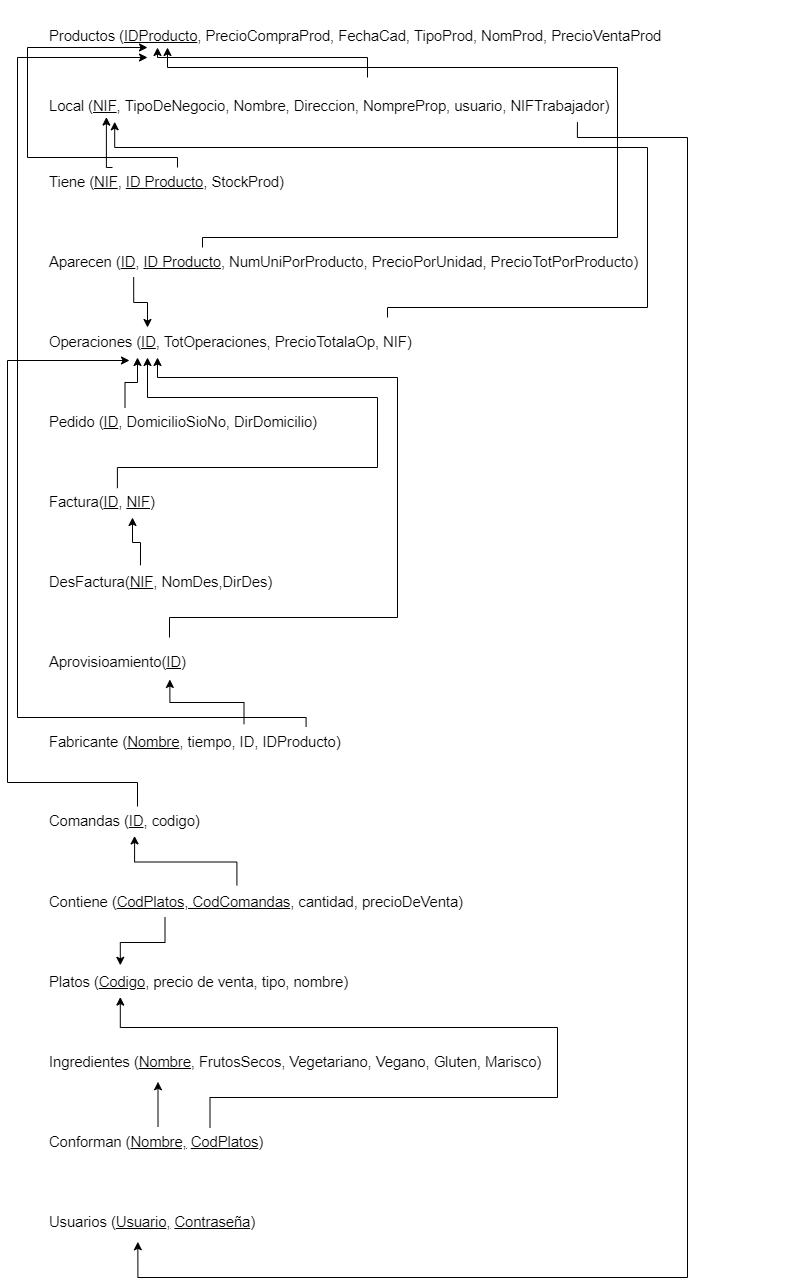
The draw.io diagram tablas.png in oier-elorrieta/R3-ASIER-JONM-JONV-DDBB, before a commit. Source tidied: cells renumbered, new cells last; positions are measured from the earlier drawing's top-left corner, leaving out a move shared by most shapes.
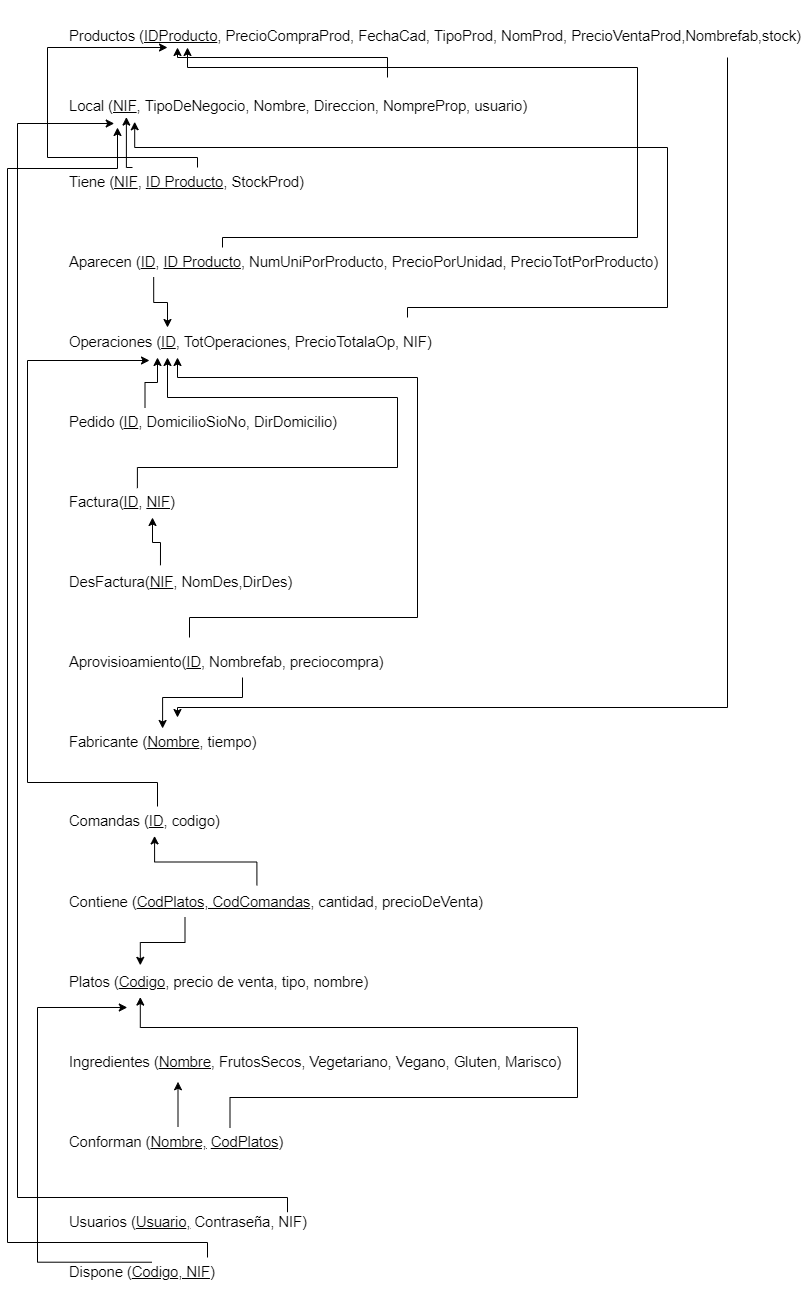
The same diagram one commit later.

Change to the diagram source:
```diff
@@ -2,7 +2,7 @@
   <root>
     <mxCell id="0" />
     <mxCell id="1" parent="0" />
-    <mxCell id="2" value="&lt;br&gt;&lt;br&gt;&lt;b style=&quot;font-weight: normal&quot; id=&quot;docs-internal-guid-017cbb69-7fff-7bab-693c-2f4cc34a4551&quot;&gt;&lt;span style=&quot;font-size: 11pt ; font-family: &amp;quot;arial&amp;quot; ; color: rgb(0 , 0 , 0) ; background-color: transparent ; font-weight: 400 ; font-style: normal ; font-variant: normal ; text-decoration: none ; vertical-align: baseline&quot;&gt;Productos (&lt;/span&gt;&lt;span style=&quot;font-size: 11pt ; font-family: &amp;quot;arial&amp;quot; ; color: rgb(0 , 0 , 0) ; background-color: transparent ; font-weight: 400 ; font-style: normal ; font-variant: normal ; text-decoration: underline ; vertical-align: baseline&quot;&gt;IDProducto&lt;/span&gt;&lt;span style=&quot;font-size: 11pt ; font-family: &amp;quot;arial&amp;quot; ; color: rgb(0 , 0 , 0) ; background-color: transparent ; font-weight: 400 ; font-style: normal ; font-variant: normal ; text-decoration: none ; vertical-align: baseline&quot;&gt;, PrecioCompraProd, FechaCad, TipoProd, NomProd, PrecioVentaProd&amp;nbsp;&lt;/span&gt;&lt;/b&gt;" style="text;html=1;strokeColor=none;fillColor=none;align=left;verticalAlign=middle;whiteSpace=wrap;rounded=0;" parent="1" vertex="1">
+    <mxCell id="2" value="&lt;br&gt;&lt;br&gt;&lt;b style=&quot;font-weight: normal&quot; id=&quot;docs-internal-guid-017cbb69-7fff-7bab-693c-2f4cc34a4551&quot;&gt;&lt;span style=&quot;font-size: 11pt ; font-family: &amp;#34;arial&amp;#34; ; color: rgb(0 , 0 , 0) ; background-color: transparent ; font-weight: 400 ; font-style: normal ; font-variant: normal ; text-decoration: none ; vertical-align: baseline&quot;&gt;Productos (&lt;/span&gt;&lt;span style=&quot;font-size: 11pt ; font-family: &amp;#34;arial&amp;#34; ; color: rgb(0 , 0 , 0) ; background-color: transparent ; font-weight: 400 ; font-style: normal ; font-variant: normal ; text-decoration: underline ; vertical-align: baseline&quot;&gt;IDProducto&lt;/span&gt;&lt;span style=&quot;font-size: 11pt ; font-family: &amp;#34;arial&amp;#34; ; color: rgb(0 , 0 , 0) ; background-color: transparent ; font-weight: 400 ; font-style: normal ; font-variant: normal ; text-decoration: none ; vertical-align: baseline&quot;&gt;, PrecioCompraProd, FechaCad, TipoProd, NomProd, PrecioVentaProd,Nombrefab,stock)&amp;nbsp;&lt;/span&gt;&lt;/b&gt;" style="text;html=1;strokeColor=none;fillColor=none;align=left;verticalAlign=middle;whiteSpace=wrap;rounded=0;" parent="1" vertex="1">
       <mxGeometry x="40" width="740" height="30" as="geometry" />
     </mxCell>
     <mxCell id="3" style="edgeStyle=orthogonalEdgeStyle;rounded=0;jettySize=auto;html=1;exitX=0.25;exitY=0;exitDx=0;exitDy=0;entryX=0.092;entryY=0.99;entryDx=0;entryDy=0;entryPerimeter=0;" parent="1" edge="1" source="6" target="36">
@@ -99,23 +99,18 @@
         </Array>
       </mxGeometry>
     </mxCell>
-    <mxCell id="19" value="&lt;b style=&quot;font-weight: normal&quot; id=&quot;docs-internal-guid-cd1f592c-7fff-bfaa-3653-a19afbb836e4&quot;&gt;&lt;span style=&quot;font-size: 11pt ; font-family: &amp;#34;arial&amp;#34; ; color: rgb(0 , 0 , 0) ; background-color: transparent ; font-weight: 400 ; font-style: normal ; font-variant: normal ; text-decoration: none ; vertical-align: baseline&quot;&gt;Aprovisioamiento(&lt;/span&gt;&lt;span style=&quot;font-size: 11pt ; font-family: &amp;#34;arial&amp;#34; ; color: rgb(0 , 0 , 0) ; background-color: transparent ; font-weight: 400 ; font-style: normal ; font-variant: normal ; vertical-align: baseline&quot;&gt;&lt;u&gt;ID&lt;/u&gt;&lt;/span&gt;&lt;span style=&quot;font-size: 11pt ; font-family: &amp;#34;arial&amp;#34; ; color: rgb(0 , 0 , 0) ; background-color: transparent ; font-weight: 400 ; font-style: normal ; font-variant: normal ; text-decoration: none ; vertical-align: baseline&quot;&gt;)&lt;/span&gt;&lt;/b&gt;" style="text;whiteSpace=wrap;html=1;" parent="1" vertex="1">
-      <mxGeometry x="40" y="640" width="280" height="30" as="geometry" />
+    <mxCell id="19" value="&lt;b style=&quot;font-weight: normal&quot; id=&quot;docs-internal-guid-cd1f592c-7fff-bfaa-3653-a19afbb836e4&quot;&gt;&lt;span style=&quot;font-size: 11pt ; font-family: &amp;#34;arial&amp;#34; ; color: rgb(0 , 0 , 0) ; background-color: transparent ; font-weight: 400 ; font-style: normal ; font-variant: normal ; text-decoration: none ; vertical-align: baseline&quot;&gt;Aprovisioamiento(&lt;/span&gt;&lt;span style=&quot;font-size: 11pt ; font-family: &amp;#34;arial&amp;#34; ; color: rgb(0 , 0 , 0) ; background-color: transparent ; font-weight: 400 ; font-style: normal ; font-variant: normal ; vertical-align: baseline&quot;&gt;&lt;u&gt;ID,&lt;/u&gt; Nombrefab, preciocompra&lt;/span&gt;&lt;span style=&quot;font-size: 11pt ; font-family: &amp;#34;arial&amp;#34; ; color: rgb(0 , 0 , 0) ; background-color: transparent ; font-weight: 400 ; font-style: normal ; font-variant: normal ; text-decoration: none ; vertical-align: baseline&quot;&gt;)&lt;/span&gt;&lt;/b&gt;" style="text;whiteSpace=wrap;html=1;" parent="1" vertex="1">
+      <mxGeometry x="40" y="640" width="350" height="30" as="geometry" />
     </mxCell>
-    <mxCell id="20" style="edgeStyle=orthogonalEdgeStyle;rounded=0;jettySize=auto;html=1;exitX=0.655;exitY=-0.112;exitDx=0;exitDy=0;entryX=0.437;entryY=1.065;entryDx=0;entryDy=0;entryPerimeter=0;exitPerimeter=0;" parent="1" edge="1" source="22" target="19">
-      <mxGeometry relative="1" as="geometry" />
+    <mxCell id="20" style="edgeStyle=orthogonalEdgeStyle;rounded=0;jettySize=auto;html=1;exitX=0.5;exitY=1;exitDx=0;exitDy=0;entryX=0.317;entryY=0.033;entryDx=0;entryDy=0;entryPerimeter=0;" parent="1" edge="1" source="19" target="22">
+      <mxGeometry relative="1" as="geometry">
+        <Array as="points">
+          <mxPoint x="215" y="690" />
+          <mxPoint x="135" y="690" />
+        </Array>
+      </mxGeometry>
     </mxCell>
-    <mxCell id="21" style="edgeStyle=orthogonalEdgeStyle;rounded=0;jettySize=auto;html=1;exitX=0.862;exitY=-0.019;exitDx=0;exitDy=0;exitPerimeter=0;" parent="1" edge="1" source="22">
-      <mxGeometry relative="1" as="geometry">
-        <mxPoint x="140" y="50" as="targetPoint" />
-        <Array as="points">
-          <mxPoint x="299" y="710" />
-          <mxPoint x="10" y="710" />
-          <mxPoint x="10" y="50" />
-        </Array>
-      </mxGeometry>
-    </mxCell>
-    <mxCell id="22" value="&lt;font face=&quot;arial&quot;&gt;&lt;span style=&quot;font-size: 14.6667px&quot;&gt;Fabricante (&lt;u&gt;Nombre&lt;/u&gt;, tiempo, ID, IDProducto)&lt;/span&gt;&lt;/font&gt;" style="text;whiteSpace=wrap;html=1;" parent="1" vertex="1">
+    <mxCell id="22" value="&lt;font face=&quot;arial&quot;&gt;&lt;span style=&quot;font-size: 14.6667px&quot;&gt;Fabricante (&lt;u&gt;Nombre&lt;/u&gt;, tiempo)&lt;/span&gt;&lt;/font&gt;" style="text;whiteSpace=wrap;html=1;" parent="1" vertex="1">
       <mxGeometry x="40" y="720" width="300" height="30" as="geometry" />
     </mxCell>
     <mxCell id="23" value="&lt;b style=&quot;font-weight: normal&quot; id=&quot;docs-internal-guid-cd1f592c-7fff-bfaa-3653-a19afbb836e4&quot;&gt;&lt;span style=&quot;font-size: 11pt ; font-family: &amp;#34;arial&amp;#34; ; color: rgb(0 , 0 , 0) ; background-color: transparent ; font-weight: 400 ; font-style: normal ; font-variant: normal ; text-decoration: none ; vertical-align: baseline&quot;&gt;Platos (&lt;/span&gt;&lt;span style=&quot;font-size: 11pt ; font-family: &amp;#34;arial&amp;#34; ; color: rgb(0 , 0 , 0) ; background-color: transparent ; font-weight: 400 ; font-style: normal ; font-variant: normal ; vertical-align: baseline&quot;&gt;&lt;u&gt;Codigo&lt;/u&gt;&lt;/span&gt;&lt;span style=&quot;font-size: 11pt ; font-family: &amp;#34;arial&amp;#34; ; color: rgb(0 , 0 , 0) ; background-color: transparent ; font-weight: 400 ; font-style: normal ; font-variant: normal ; text-decoration: none ; vertical-align: baseline&quot;&gt;, precio de venta, tipo, nombre)&lt;/span&gt;&lt;/b&gt;" style="text;whiteSpace=wrap;html=1;" parent="1" vertex="1">
@@ -165,21 +160,53 @@
     <mxCell id="33" value="&lt;b style=&quot;font-weight: normal&quot; id=&quot;docs-internal-guid-cd1f592c-7fff-bfaa-3653-a19afbb836e4&quot;&gt;&lt;span style=&quot;font-size: 11pt ; font-family: &amp;#34;arial&amp;#34; ; color: rgb(0 , 0 , 0) ; background-color: transparent ; font-weight: 400 ; font-style: normal ; font-variant: normal ; text-decoration: none ; vertical-align: baseline&quot;&gt;Conforman (&lt;/span&gt;&lt;span style=&quot;font-size: 11pt ; font-family: &amp;#34;arial&amp;#34; ; color: rgb(0 , 0 , 0) ; background-color: transparent ; font-weight: 400 ; font-style: normal ; font-variant: normal ; vertical-align: baseline&quot;&gt;&lt;u&gt;Nombre,&lt;/u&gt;&amp;nbsp;&lt;u&gt;CodPlatos&lt;/u&gt;)&lt;br&gt;&lt;br&gt;&lt;/span&gt;&lt;/b&gt;" style="text;whiteSpace=wrap;html=1;" parent="1" vertex="1">
       <mxGeometry x="40" y="1120" width="650" height="30" as="geometry" />
     </mxCell>
-    <mxCell id="34" value="&lt;b style=&quot;font-weight: normal&quot; id=&quot;docs-internal-guid-cd1f592c-7fff-bfaa-3653-a19afbb836e4&quot;&gt;&lt;span style=&quot;font-size: 11pt ; font-family: &amp;#34;arial&amp;#34; ; color: rgb(0 , 0 , 0) ; background-color: transparent ; font-weight: 400 ; font-style: normal ; font-variant: normal ; text-decoration: none ; vertical-align: baseline&quot;&gt;Usuarios (&lt;/span&gt;&lt;span style=&quot;font-size: 11pt ; font-family: &amp;#34;arial&amp;#34; ; color: rgb(0 , 0 , 0) ; background-color: transparent ; font-weight: 400 ; font-style: normal ; font-variant: normal ; vertical-align: baseline&quot;&gt;&lt;u&gt;Usuario&lt;/u&gt;&lt;/span&gt;&lt;span style=&quot;font-size: 11pt ; font-family: &amp;#34;arial&amp;#34; ; color: rgb(0 , 0 , 0) ; background-color: transparent ; font-weight: 400 ; font-style: normal ; font-variant: normal ; vertical-align: baseline&quot;&gt;&lt;u&gt;,&lt;/u&gt;&amp;nbsp;&lt;u&gt;Contraseña&lt;/u&gt;)&lt;br&gt;&lt;br&gt;&lt;/span&gt;&lt;/b&gt;" style="text;whiteSpace=wrap;html=1;" parent="1" vertex="1">
+    <mxCell id="34" value="&lt;b style=&quot;font-weight: normal&quot; id=&quot;docs-internal-guid-cd1f592c-7fff-bfaa-3653-a19afbb836e4&quot;&gt;&lt;span style=&quot;font-size: 11pt ; font-family: &amp;#34;arial&amp;#34; ; color: rgb(0 , 0 , 0) ; background-color: transparent ; font-weight: 400 ; font-style: normal ; font-variant: normal ; text-decoration: none ; vertical-align: baseline&quot;&gt;Usuarios (&lt;/span&gt;&lt;span style=&quot;font-size: 11pt ; font-family: &amp;#34;arial&amp;#34; ; color: rgb(0 , 0 , 0) ; background-color: transparent ; font-weight: 400 ; font-style: normal ; font-variant: normal ; vertical-align: baseline&quot;&gt;&lt;u&gt;Usuario&lt;/u&gt;&lt;/span&gt;&lt;span style=&quot;font-size: 11pt ; font-family: &amp;#34;arial&amp;#34; ; color: rgb(0 , 0 , 0) ; background-color: transparent ; font-weight: 400 ; font-style: normal ; font-variant: normal ; vertical-align: baseline&quot;&gt;&lt;u&gt;,&lt;/u&gt;&amp;nbsp;Contraseña, NIF)&lt;br&gt;&lt;br&gt;&lt;/span&gt;&lt;/b&gt;" style="text;whiteSpace=wrap;html=1;" parent="1" vertex="1">
       <mxGeometry x="40" y="1200" width="650" height="30" as="geometry" />
     </mxCell>
-    <mxCell id="35" style="edgeStyle=orthogonalEdgeStyle;rounded=0;jettySize=auto;html=1;exitX=0.828;exitY=1.117;exitDx=0;exitDy=0;entryX=0.139;entryY=1.143;entryDx=0;entryDy=0;entryPerimeter=0;exitPerimeter=0;" parent="1" edge="1" source="36" target="34">
-      <mxGeometry relative="1" as="geometry">
-        <Array as="points">
-          <mxPoint x="570" y="130" />
-          <mxPoint x="680" y="130" />
-          <mxPoint x="680" y="1270" />
-          <mxPoint x="130" y="1270" />
-        </Array>
-      </mxGeometry>
-    </mxCell>
-    <mxCell id="36" value="&lt;br&gt;&lt;br&gt;&lt;b style=&quot;font-weight: normal&quot; id=&quot;docs-internal-guid-b0b4c471-7fff-ae71-05db-a815aed19a9d&quot;&gt;&lt;span style=&quot;font-size: 11pt ; font-family: &amp;#34;arial&amp;#34; ; color: rgb(0 , 0 , 0) ; background-color: transparent ; font-weight: 400 ; font-style: normal ; font-variant: normal ; text-decoration: none ; vertical-align: baseline&quot;&gt;Local (&lt;/span&gt;&lt;span style=&quot;font-size: 11pt ; font-family: &amp;#34;arial&amp;#34; ; color: rgb(0 , 0 , 0) ; background-color: transparent ; font-weight: 400 ; font-style: normal ; font-variant: normal ; text-decoration: underline ; vertical-align: baseline&quot;&gt;NIF&lt;/span&gt;&lt;span style=&quot;font-size: 11pt ; font-family: &amp;#34;arial&amp;#34; ; color: rgb(0 , 0 , 0) ; background-color: transparent ; font-weight: 400 ; font-style: normal ; font-variant: normal ; text-decoration: none ; vertical-align: baseline&quot;&gt;, TipoDeNegocio, Nombre, Direccion, NompreProp, usuario, NIFTrabajador)&lt;/span&gt;&lt;/b&gt;" style="text;html=1;strokeColor=none;fillColor=none;align=left;verticalAlign=bottom;whiteSpace=wrap;rounded=0;" parent="1" vertex="1">
+    <mxCell id="36" value="&lt;br&gt;&lt;br&gt;&lt;b style=&quot;font-weight: normal&quot; id=&quot;docs-internal-guid-b0b4c471-7fff-ae71-05db-a815aed19a9d&quot;&gt;&lt;span style=&quot;font-size: 11pt ; font-family: &amp;#34;arial&amp;#34; ; color: rgb(0 , 0 , 0) ; background-color: transparent ; font-weight: 400 ; font-style: normal ; font-variant: normal ; text-decoration: none ; vertical-align: baseline&quot;&gt;Local (&lt;/span&gt;&lt;span style=&quot;font-size: 11pt ; font-family: &amp;#34;arial&amp;#34; ; color: rgb(0 , 0 , 0) ; background-color: transparent ; font-weight: 400 ; font-style: normal ; font-variant: normal ; text-decoration: underline ; vertical-align: baseline&quot;&gt;NIF&lt;/span&gt;&lt;span style=&quot;font-size: 11pt ; font-family: &amp;#34;arial&amp;#34; ; color: rgb(0 , 0 , 0) ; background-color: transparent ; font-weight: 400 ; font-style: normal ; font-variant: normal ; text-decoration: none ; vertical-align: baseline&quot;&gt;, TipoDeNegocio, Nombre, Direccion, NompreProp, usuario)&lt;/span&gt;&lt;/b&gt;" style="text;html=1;strokeColor=none;fillColor=none;align=left;verticalAlign=bottom;whiteSpace=wrap;rounded=0;" parent="1" vertex="1">
       <mxGeometry x="40" y="70" width="640" height="40" as="geometry" />
     </mxCell>
+    <mxCell id="37" style="edgeStyle=orthogonalEdgeStyle;rounded=0;orthogonalLoop=1;jettySize=auto;html=1;" parent="1" edge="1">
+      <mxGeometry relative="1" as="geometry">
+        <mxPoint x="700" y="50" as="sourcePoint" />
+        <mxPoint x="150" y="710" as="targetPoint" />
+        <Array as="points">
+          <mxPoint x="700" y="700" />
+          <mxPoint x="150" y="700" />
+        </Array>
+      </mxGeometry>
+    </mxCell>
+    <mxCell id="38" style="edgeStyle=orthogonalEdgeStyle;rounded=0;jettySize=auto;html=1;exitX=0.17;exitY=-0.033;exitDx=0;exitDy=0;entryX=0.073;entryY=1.15;entryDx=0;entryDy=0;entryPerimeter=0;exitPerimeter=0;" parent="1" edge="1" target="36">
+      <mxGeometry relative="1" as="geometry">
+        <mxPoint x="260" y="1204.7" as="sourcePoint" />
+        <Array as="points">
+          <mxPoint x="260" y="1190" />
+          <mxPoint x="-10" y="1190" />
+          <mxPoint x="-10" y="116" />
+        </Array>
+      </mxGeometry>
+    </mxCell>
+    <mxCell id="39" value="&lt;b style=&quot;font-weight: normal&quot; id=&quot;docs-internal-guid-cd1f592c-7fff-bfaa-3653-a19afbb836e4&quot;&gt;&lt;span style=&quot;font-size: 11pt ; font-family: &amp;#34;arial&amp;#34; ; color: rgb(0 , 0 , 0) ; background-color: transparent ; font-weight: 400 ; font-style: normal ; font-variant: normal ; text-decoration: none ; vertical-align: baseline&quot;&gt;Dispone (&lt;/span&gt;&lt;span style=&quot;font-size: 11pt ; font-family: &amp;#34;arial&amp;#34; ; color: rgb(0 , 0 , 0) ; background-color: transparent ; font-weight: 400 ; font-style: normal ; font-variant: normal ; vertical-align: baseline&quot;&gt;&lt;u&gt;Codigo&lt;/u&gt;&lt;/span&gt;&lt;span style=&quot;font-size: 11pt ; font-family: &amp;#34;arial&amp;#34; ; color: rgb(0 , 0 , 0) ; background-color: transparent ; font-weight: 400 ; font-style: normal ; font-variant: normal ; vertical-align: baseline&quot;&gt;&lt;u&gt;, NIF&lt;/u&gt;&lt;/span&gt;&lt;span style=&quot;font-size: 11pt ; font-family: &amp;#34;arial&amp;#34; ; color: rgb(0 , 0 , 0) ; background-color: transparent ; font-weight: 400 ; font-style: normal ; font-variant: normal ; vertical-align: baseline&quot;&gt;)&lt;br&gt;&lt;br&gt;&lt;/span&gt;&lt;/b&gt;" style="text;whiteSpace=wrap;html=1;" parent="1" vertex="1">
+      <mxGeometry x="40" y="1250" width="650" height="30" as="geometry" />
+    </mxCell>
+    <mxCell id="40" style="edgeStyle=orthogonalEdgeStyle;rounded=0;jettySize=auto;html=1;" parent="1" edge="1" source="39">
+      <mxGeometry relative="1" as="geometry">
+        <mxPoint x="90" y="120" as="targetPoint" />
+        <Array as="points">
+          <mxPoint x="180" y="1235" />
+          <mxPoint x="-20" y="1235" />
+          <mxPoint x="-20" y="161" />
+        </Array>
+      </mxGeometry>
+    </mxCell>
+    <mxCell id="41" style="edgeStyle=orthogonalEdgeStyle;rounded=0;jettySize=auto;html=1;exitX=0.17;exitY=-0.033;exitDx=0;exitDy=0;entryX=0.092;entryY=1.333;entryDx=0;entryDy=0;entryPerimeter=0;exitPerimeter=0;" parent="1" edge="1" target="23">
+      <mxGeometry relative="1" as="geometry">
+        <mxPoint x="124.5" y="1254.7" as="sourcePoint" />
+        <Array as="points">
+          <mxPoint x="10" y="1255" />
+          <mxPoint x="10" y="1000" />
+        </Array>
+      </mxGeometry>
+    </mxCell>
   </root>
 </mxGraphModel>
```
